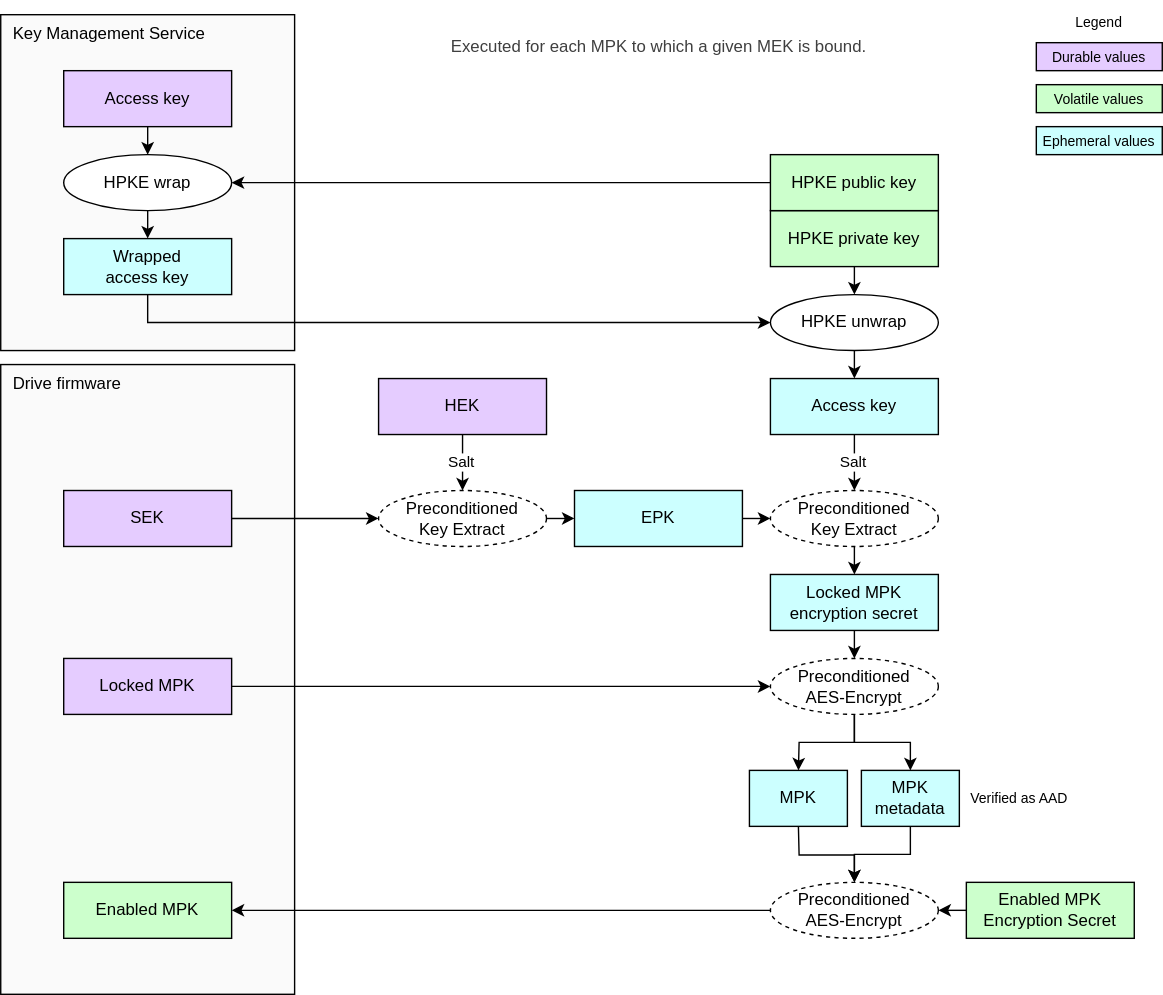
chipsalliance/Caliptra keeps this draw.io diagram as doc/ocp_lock/diagrams/mpk_enable.drawio.svg. Above is the earlier version. Source tidied: cells renumbered, new cells last; positions are measured from the earlier drawing's top-left corner, leaving out a move shared by most shapes. Its diagram source:
```xml
<mxGraphModel background="#ffffff">
  <root>
    <mxCell id="0" />
    <mxCell id="1" parent="0" />
    <mxCell id="2" value="Drive firmware" style="rounded=0;whiteSpace=wrap;html=1;fillColor=#FAFAFA;strokeColor=#000000;align=left;verticalAlign=top;spacingLeft=7;" parent="1" vertex="1">
      <mxGeometry y="260" width="210" height="450" as="geometry" />
    </mxCell>
    <mxCell id="3" value="&lt;div&gt;&lt;font color=&quot;#000000&quot;&gt;Locked MPK&lt;/font&gt;&lt;/div&gt;" style="rounded=0;whiteSpace=wrap;html=1;align=center;verticalAlign=middle;shadow=0;glass=0;spacingLeft=0;spacingBottom=0;spacingTop=0;fillColor=#E5CCFF;" parent="1" vertex="1">
      <mxGeometry x="45" y="470" width="120" height="40" as="geometry" />
    </mxCell>
    <mxCell id="4" style="edgeStyle=none;html=1;exitX=0.5;exitY=1;exitDx=0;exitDy=0;entryX=0.5;entryY=0;entryDx=0;entryDy=0;" parent="1" edge="1" source="28" target="5">
      <mxGeometry relative="1" as="geometry" />
    </mxCell>
    <mxCell id="5" value="Preconditioned&lt;div&gt;AES-Encrypt&lt;/div&gt;" style="ellipse;whiteSpace=wrap;html=1;fillColor=#FFFFFF;dashed=1;" parent="1" vertex="1">
      <mxGeometry x="550" y="470" width="120" height="40" as="geometry" />
    </mxCell>
    <mxCell id="6" style="endArrow=none;html=1;exitX=0;exitY=0.5;exitDx=0;exitDy=0;entryX=1;entryY=0.5;entryDx=0;entryDy=0;startArrow=classic;startFill=1;endFill=0;endSize=6;startSize=6;rounded=0;edgeStyle=orthogonalEdgeStyle;" parent="1" edge="1" source="5" target="3">
      <mxGeometry relative="1" as="geometry" />
    </mxCell>
    <mxCell id="7" value="&lt;div&gt;&lt;font color=&quot;#000000&quot;&gt;Durable values&lt;/font&gt;&lt;/div&gt;" style="rounded=0;whiteSpace=wrap;html=1;align=center;verticalAlign=middle;shadow=0;glass=0;spacingLeft=0;spacingBottom=0;spacingTop=0;fillColor=#E5CCFF;fontSize=10;" parent="1" vertex="1">
      <mxGeometry x="740" y="30" width="90" height="20" as="geometry" />
    </mxCell>
    <mxCell id="8" value="Legend" style="text;strokeColor=none;align=center;fillColor=none;html=1;verticalAlign=middle;whiteSpace=wrap;rounded=0;fontSize=10;" parent="1" vertex="1">
      <mxGeometry x="755" width="60" height="30" as="geometry" />
    </mxCell>
    <mxCell id="9" value="&lt;div&gt;&lt;font color=&quot;#000000&quot;&gt;Volatile values&lt;/font&gt;&lt;/div&gt;" style="rounded=0;whiteSpace=wrap;html=1;align=center;verticalAlign=middle;shadow=0;glass=0;spacingLeft=0;spacingBottom=0;spacingTop=0;fillColor=#CCFFCC;fontSize=10;" parent="1" vertex="1">
      <mxGeometry x="740" y="60" width="90" height="20" as="geometry" />
    </mxCell>
    <mxCell id="10" value="&lt;div&gt;&lt;font color=&quot;#000000&quot;&gt;Ephemeral values&lt;/font&gt;&lt;/div&gt;" style="rounded=0;whiteSpace=wrap;html=1;align=center;verticalAlign=middle;shadow=0;glass=0;spacingLeft=0;spacingBottom=0;spacingTop=0;fillColor=#CCFFFF;fontSize=10;" parent="1" vertex="1">
      <mxGeometry x="740" y="90" width="90" height="20" as="geometry" />
    </mxCell>
    <mxCell id="11" value="&lt;div&gt;&lt;font color=&quot;#000000&quot;&gt;Enabled MPK&lt;/font&gt;&lt;/div&gt;" style="rounded=0;whiteSpace=wrap;html=1;align=center;verticalAlign=middle;shadow=0;glass=0;spacingLeft=0;spacingBottom=0;spacingTop=0;fillColor=#CCFFCC;" parent="1" vertex="1">
      <mxGeometry x="45" y="630" width="120" height="40" as="geometry" />
    </mxCell>
    <mxCell id="12" style="edgeStyle=orthogonalEdgeStyle;html=1;exitX=0.5;exitY=1;exitDx=0;exitDy=0;entryX=0.5;entryY=0;entryDx=0;entryDy=0;rounded=0;" parent="1" edge="1" target="15">
      <mxGeometry relative="1" as="geometry">
        <mxPoint x="570" y="590" as="sourcePoint" />
      </mxGeometry>
    </mxCell>
    <mxCell id="13" style="edgeStyle=none;html=1;exitX=0;exitY=0.5;exitDx=0;exitDy=0;entryX=1;entryY=0.5;entryDx=0;entryDy=0;" parent="1" edge="1" source="14" target="15">
      <mxGeometry relative="1" as="geometry" />
    </mxCell>
    <mxCell id="14" value="&lt;div&gt;&lt;font color=&quot;#000000&quot;&gt;Enabled MPK Encryption Secret&lt;/font&gt;&lt;/div&gt;" style="rounded=0;whiteSpace=wrap;html=1;align=center;verticalAlign=middle;shadow=0;glass=0;spacingLeft=0;spacingBottom=0;spacingTop=0;fillColor=#CCFFCC;" parent="1" vertex="1">
      <mxGeometry x="690" y="630" width="120" height="40" as="geometry" />
    </mxCell>
    <mxCell id="15" value="Preconditioned&lt;div&gt;AES-Encrypt&lt;/div&gt;" style="ellipse;whiteSpace=wrap;html=1;fillColor=#FFFFFF;dashed=1;" parent="1" vertex="1">
      <mxGeometry x="550" y="630" width="120" height="40" as="geometry" />
    </mxCell>
    <mxCell id="16" style="endArrow=classic;html=1;exitX=0;exitY=0.5;exitDx=0;exitDy=0;entryX=1;entryY=0.5;entryDx=0;entryDy=0;endSize=6;startSize=6;" parent="1" edge="1" source="15" target="11">
      <mxGeometry relative="1" as="geometry" />
    </mxCell>
    <mxCell id="17" style="edgeStyle=orthogonalEdgeStyle;html=1;exitX=0.5;exitY=1;exitDx=0;exitDy=0;entryX=0.5;entryY=0;entryDx=0;entryDy=0;rounded=0;" parent="1" edge="1" source="5">
      <mxGeometry relative="1" as="geometry">
        <mxPoint x="570" y="550" as="targetPoint" />
      </mxGeometry>
    </mxCell>
    <mxCell id="18" style="edgeStyle=orthogonalEdgeStyle;html=1;entryX=0.5;entryY=0;entryDx=0;entryDy=0;rounded=0;exitX=0.5;exitY=1;exitDx=0;exitDy=0;" parent="1" edge="1" source="5" target="21">
      <mxGeometry relative="1" as="geometry" />
    </mxCell>
    <mxCell id="19" value="&lt;div&gt;&lt;font color=&quot;#000000&quot;&gt;MPK&lt;/font&gt;&lt;/div&gt;" style="rounded=0;whiteSpace=wrap;html=1;align=center;verticalAlign=middle;shadow=0;glass=0;spacingLeft=0;spacingBottom=0;spacingTop=0;fillColor=#CCFFFF;" parent="1" vertex="1">
      <mxGeometry x="535" y="550" width="70" height="40" as="geometry" />
    </mxCell>
    <mxCell id="20" style="edgeStyle=orthogonalEdgeStyle;html=1;exitX=0.5;exitY=1;exitDx=0;exitDy=0;entryX=0.5;entryY=0;entryDx=0;entryDy=0;rounded=0;" parent="1" edge="1" source="21" target="15">
      <mxGeometry relative="1" as="geometry" />
    </mxCell>
    <mxCell id="21" value="&lt;div&gt;&lt;font color=&quot;#000000&quot;&gt;MPK metadata&lt;/font&gt;&lt;/div&gt;" style="rounded=0;whiteSpace=wrap;html=1;align=center;verticalAlign=middle;shadow=0;glass=0;spacingLeft=0;spacingBottom=0;spacingTop=0;fillColor=#CCFFFF;" parent="1" vertex="1">
      <mxGeometry x="615" y="550" width="70" height="40" as="geometry" />
    </mxCell>
    <mxCell id="22" value="Verified as AAD" style="text;strokeColor=none;align=center;fillColor=none;html=1;verticalAlign=middle;whiteSpace=wrap;rounded=0;fontSize=10;" parent="1" vertex="1">
      <mxGeometry x="688" y="555" width="80" height="30" as="geometry" />
    </mxCell>
    <mxCell id="23" value="&lt;div style=&quot;color: rgb(63, 63, 63);&quot;&gt;Executed&lt;span style=&quot;background-color: transparent;&quot;&gt;&amp;nbsp;for&amp;nbsp;&lt;/span&gt;&lt;span style=&quot;background-color: transparent;&quot;&gt;each MPK to which a given MEK is bound.&lt;/span&gt;&lt;/div&gt;" style="text;strokeColor=none;align=center;fillColor=none;html=1;verticalAlign=middle;whiteSpace=wrap;rounded=0;" parent="1" vertex="1">
      <mxGeometry x="302.5" y="10" width="335" height="45" as="geometry" />
    </mxCell>
    <mxCell id="24" value="Key Management Service" style="rounded=0;whiteSpace=wrap;html=1;fillColor=#FAFAFA;strokeColor=#000000;align=left;verticalAlign=top;spacingLeft=7;" parent="1" vertex="1">
      <mxGeometry y="10" width="210" height="240" as="geometry" />
    </mxCell>
    <mxCell id="25" style="edgeStyle=none;html=1;exitX=0.5;exitY=1;exitDx=0;exitDy=0;entryX=0.5;entryY=0;entryDx=0;entryDy=0;" parent="1" edge="1" source="27" target="40">
      <mxGeometry relative="1" as="geometry" />
    </mxCell>
    <mxCell id="26" value="Salt" style="edgeLabel;html=1;align=center;verticalAlign=middle;" parent="25" vertex="1">
      <mxGeometry x="-0.05" y="-2" relative="1" as="geometry" />
    </mxCell>
    <mxCell id="27" value="&lt;div&gt;&lt;font color=&quot;#000000&quot;&gt;HEK&lt;/font&gt;&lt;/div&gt;" style="rounded=0;whiteSpace=wrap;html=1;align=center;verticalAlign=middle;shadow=0;glass=0;spacingLeft=0;spacingBottom=0;spacingTop=0;fillColor=#E5CCFF;" parent="1" vertex="1">
      <mxGeometry x="270" y="270" width="120" height="40" as="geometry" />
    </mxCell>
    <mxCell id="28" value="&lt;div&gt;&lt;font color=&quot;#000000&quot;&gt;Locked MPK encryption secret&lt;/font&gt;&lt;/div&gt;" style="rounded=0;whiteSpace=wrap;html=1;align=center;verticalAlign=middle;shadow=0;glass=0;spacingLeft=0;spacingBottom=0;spacingTop=0;fillColor=#CCFFFF;" parent="1" vertex="1">
      <mxGeometry x="550" y="410" width="120" height="40" as="geometry" />
    </mxCell>
    <mxCell id="29" style="endArrow=classic;html=1;exitX=0.5;exitY=1;exitDx=0;exitDy=0;entryX=0.5;entryY=0;entryDx=0;entryDy=0;endSize=6;startSize=6;" parent="1" edge="1" source="43" target="28">
      <mxGeometry relative="1" as="geometry" />
    </mxCell>
    <mxCell id="30" value="&lt;div&gt;&lt;font color=&quot;#000000&quot;&gt;Wrapped&lt;/font&gt;&lt;/div&gt;&lt;div&gt;&lt;font color=&quot;#000000&quot;&gt;access key&lt;/font&gt;&lt;/div&gt;" style="rounded=0;whiteSpace=wrap;html=1;align=center;verticalAlign=middle;shadow=0;glass=0;spacingLeft=0;spacingBottom=0;spacingTop=0;fillColor=#CCFFFF;" parent="1" vertex="1">
      <mxGeometry x="45" y="170" width="120" height="40" as="geometry" />
    </mxCell>
    <mxCell id="31" value="HPKE wrap" style="ellipse;whiteSpace=wrap;html=1;fillColor=#FFFFFF;" parent="1" vertex="1">
      <mxGeometry x="45" y="110" width="120" height="40" as="geometry" />
    </mxCell>
    <mxCell id="32" style="endArrow=classic;html=1;rounded=0;endSize=6;startSize=6;exitX=0;exitY=0.5;exitDx=0;exitDy=0;entryX=1;entryY=0.5;entryDx=0;entryDy=0;" parent="1" edge="1" source="48" target="31">
      <mxGeometry relative="1" as="geometry" />
    </mxCell>
    <mxCell id="33" style="endArrow=classic;html=1;exitX=0.5;exitY=1;exitDx=0;exitDy=0;entryX=0.5;entryY=0;entryDx=0;entryDy=0;endSize=6;startSize=6;" parent="1" edge="1" source="31" target="30">
      <mxGeometry relative="1" as="geometry" />
    </mxCell>
    <mxCell id="34" style="edgeStyle=segmentEdgeStyle;endArrow=classic;html=1;curved=0;rounded=0;endSize=6;startSize=6;exitX=0.5;exitY=1;exitDx=0;exitDy=0;entryX=0;entryY=0.5;entryDx=0;entryDy=0;" parent="1" edge="1" source="30" target="46">
      <mxGeometry relative="1" as="geometry">
        <Array as="points">
          <mxPoint x="105" y="230" />
        </Array>
      </mxGeometry>
    </mxCell>
    <mxCell id="35" value="&lt;div&gt;&lt;font color=&quot;#000000&quot;&gt;Access key&lt;/font&gt;&lt;/div&gt;" style="rounded=0;whiteSpace=wrap;html=1;align=center;verticalAlign=middle;shadow=0;glass=0;spacingLeft=0;spacingBottom=0;spacingTop=0;fillColor=#E5CCFF;" parent="1" vertex="1">
      <mxGeometry x="45" y="50" width="120" height="40" as="geometry" />
    </mxCell>
    <mxCell id="36" style="endArrow=classic;html=1;exitX=0.5;exitY=1;exitDx=0;exitDy=0;entryX=0.5;entryY=0;entryDx=0;entryDy=0;endSize=6;startSize=6;" parent="1" edge="1" source="35" target="31">
      <mxGeometry relative="1" as="geometry" />
    </mxCell>
    <mxCell id="37" style="edgeStyle=none;html=1;exitX=1;exitY=0.5;exitDx=0;exitDy=0;entryX=0;entryY=0.5;entryDx=0;entryDy=0;" parent="1" edge="1" source="38" target="40">
      <mxGeometry relative="1" as="geometry" />
    </mxCell>
    <mxCell id="38" value="&lt;div&gt;&lt;font color=&quot;#000000&quot;&gt;SEK&lt;/font&gt;&lt;/div&gt;" style="rounded=0;whiteSpace=wrap;html=1;align=center;verticalAlign=middle;shadow=0;glass=0;spacingLeft=0;spacingBottom=0;spacingTop=0;fillColor=#E5CCFF;" parent="1" vertex="1">
      <mxGeometry x="45" y="350" width="120" height="40" as="geometry" />
    </mxCell>
    <mxCell id="39" style="edgeStyle=none;html=1;exitX=1;exitY=0.5;exitDx=0;exitDy=0;entryX=0;entryY=0.5;entryDx=0;entryDy=0;" parent="1" edge="1" source="40" target="42">
      <mxGeometry relative="1" as="geometry" />
    </mxCell>
    <mxCell id="40" value="&lt;span style=&quot;color: rgb(0, 0, 0);&quot;&gt;Preconditioned&lt;/span&gt;&lt;div&gt;Key Extract&lt;/div&gt;" style="ellipse;whiteSpace=wrap;html=1;fillColor=#FFFFFF;dashed=1;" parent="1" vertex="1">
      <mxGeometry x="270" y="350" width="120" height="40" as="geometry" />
    </mxCell>
    <mxCell id="41" style="edgeStyle=none;html=1;exitX=1;exitY=0.5;exitDx=0;exitDy=0;entryX=0;entryY=0.5;entryDx=0;entryDy=0;" parent="1" edge="1" source="42" target="43">
      <mxGeometry relative="1" as="geometry" />
    </mxCell>
    <mxCell id="42" value="&lt;div&gt;&lt;font color=&quot;#000000&quot;&gt;EPK&lt;/font&gt;&lt;/div&gt;" style="rounded=0;whiteSpace=wrap;html=1;align=center;verticalAlign=middle;shadow=0;glass=0;spacingLeft=0;spacingBottom=0;spacingTop=0;fillColor=#CCFFFF;" parent="1" vertex="1">
      <mxGeometry x="410" y="350" width="120" height="40" as="geometry" />
    </mxCell>
    <mxCell id="43" value="&lt;span style=&quot;color: rgb(0, 0, 0);&quot;&gt;Preconditioned&lt;/span&gt;&lt;div&gt;Key Extract&lt;/div&gt;" style="ellipse;whiteSpace=wrap;html=1;fillColor=#FFFFFF;dashed=1;" parent="1" vertex="1">
      <mxGeometry x="550" y="350" width="120" height="40" as="geometry" />
    </mxCell>
    <mxCell id="44" value="&lt;div&gt;&lt;font color=&quot;#000000&quot;&gt;Access key&lt;/font&gt;&lt;/div&gt;" style="rounded=0;whiteSpace=wrap;html=1;align=center;verticalAlign=middle;shadow=0;glass=0;spacingLeft=0;spacingBottom=0;spacingTop=0;fillColor=#CCFFFF;" parent="1" vertex="1">
      <mxGeometry x="550" y="270" width="120" height="40" as="geometry" />
    </mxCell>
    <mxCell id="45" value="&lt;div&gt;&lt;font color=&quot;#000000&quot;&gt;HPKE private key&lt;/font&gt;&lt;/div&gt;" style="rounded=0;whiteSpace=wrap;html=1;align=center;verticalAlign=middle;shadow=0;glass=0;spacingLeft=0;spacingBottom=0;spacingTop=0;fillColor=#CCFFCC;" parent="1" vertex="1">
      <mxGeometry x="550" y="150" width="120" height="40" as="geometry" />
    </mxCell>
    <mxCell id="46" value="HPKE unwrap" style="ellipse;whiteSpace=wrap;html=1;fillColor=#FFFFFF;" parent="1" vertex="1">
      <mxGeometry x="550" y="210" width="120" height="40" as="geometry" />
    </mxCell>
    <mxCell id="47" style="endArrow=classic;html=1;exitX=0.5;exitY=1;exitDx=0;exitDy=0;endSize=6;startSize=6;" parent="1" edge="1" source="46" target="44">
      <mxGeometry relative="1" as="geometry" />
    </mxCell>
    <mxCell id="48" value="&lt;div&gt;&lt;font color=&quot;#000000&quot;&gt;HPKE public key&lt;/font&gt;&lt;/div&gt;" style="rounded=0;whiteSpace=wrap;html=1;align=center;verticalAlign=middle;shadow=0;glass=0;spacingLeft=0;spacingBottom=0;spacingTop=0;fillColor=#CCFFCC;" parent="1" vertex="1">
      <mxGeometry x="550" y="110" width="120" height="40" as="geometry" />
    </mxCell>
    <mxCell id="49" style="endArrow=classic;html=1;exitX=0.5;exitY=1;exitDx=0;exitDy=0;endSize=6;startSize=6;entryX=0.5;entryY=0;entryDx=0;entryDy=0;" parent="1" edge="1" source="45" target="46">
      <mxGeometry relative="1" as="geometry" />
    </mxCell>
    <mxCell id="50" style="edgeStyle=none;html=1;entryX=0.5;entryY=0;entryDx=0;entryDy=0;exitX=0.5;exitY=1;exitDx=0;exitDy=0;" parent="1" edge="1" source="44" target="43">
      <mxGeometry relative="1" as="geometry" />
    </mxCell>
    <mxCell id="51" value="Salt" style="edgeLabel;html=1;align=center;verticalAlign=middle;" parent="50" vertex="1">
      <mxGeometry x="-0.05" y="-2" relative="1" as="geometry" />
    </mxCell>
  </root>
</mxGraphModel>
```
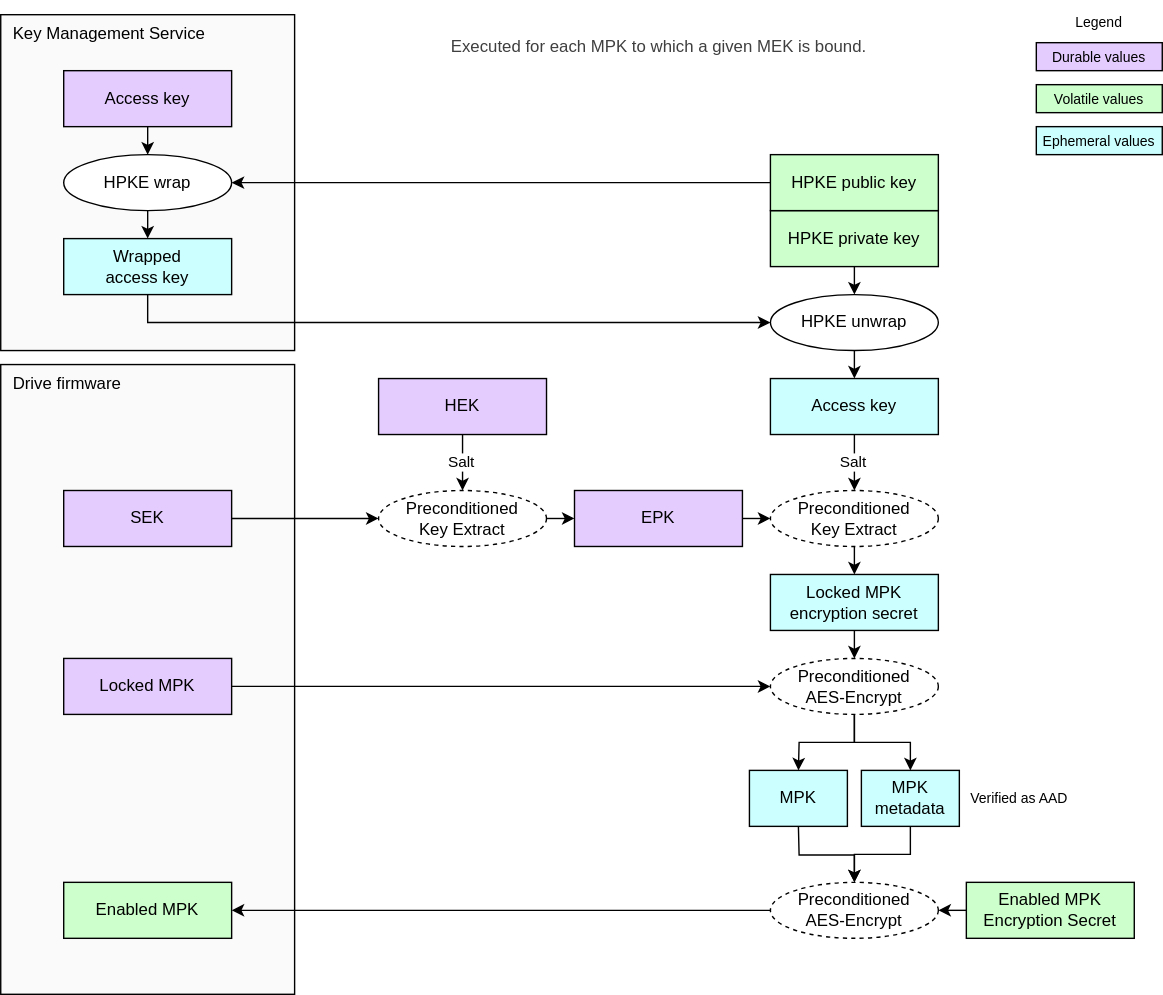
After the change.

What changed in the source:
```diff
@@ -130,7 +130,7 @@
     <mxCell id="41" style="edgeStyle=none;html=1;exitX=1;exitY=0.5;exitDx=0;exitDy=0;entryX=0;entryY=0.5;entryDx=0;entryDy=0;" parent="1" edge="1" source="42" target="43">
       <mxGeometry relative="1" as="geometry" />
     </mxCell>
-    <mxCell id="42" value="&lt;div&gt;&lt;font color=&quot;#000000&quot;&gt;EPK&lt;/font&gt;&lt;/div&gt;" style="rounded=0;whiteSpace=wrap;html=1;align=center;verticalAlign=middle;shadow=0;glass=0;spacingLeft=0;spacingBottom=0;spacingTop=0;fillColor=#CCFFFF;" parent="1" vertex="1">
+    <mxCell id="42" value="&lt;div&gt;&lt;font color=&quot;#000000&quot;&gt;EPK&lt;/font&gt;&lt;/div&gt;" style="rounded=0;whiteSpace=wrap;html=1;align=center;verticalAlign=middle;shadow=0;glass=0;spacingLeft=0;spacingBottom=0;spacingTop=0;fillColor=#E5CCFF;" parent="1" vertex="1">
       <mxGeometry x="410" y="350" width="120" height="40" as="geometry" />
     </mxCell>
     <mxCell id="43" value="&lt;span style=&quot;color: rgb(0, 0, 0);&quot;&gt;Preconditioned&lt;/span&gt;&lt;div&gt;Key Extract&lt;/div&gt;" style="ellipse;whiteSpace=wrap;html=1;fillColor=#FFFFFF;dashed=1;" parent="1" vertex="1">
```
